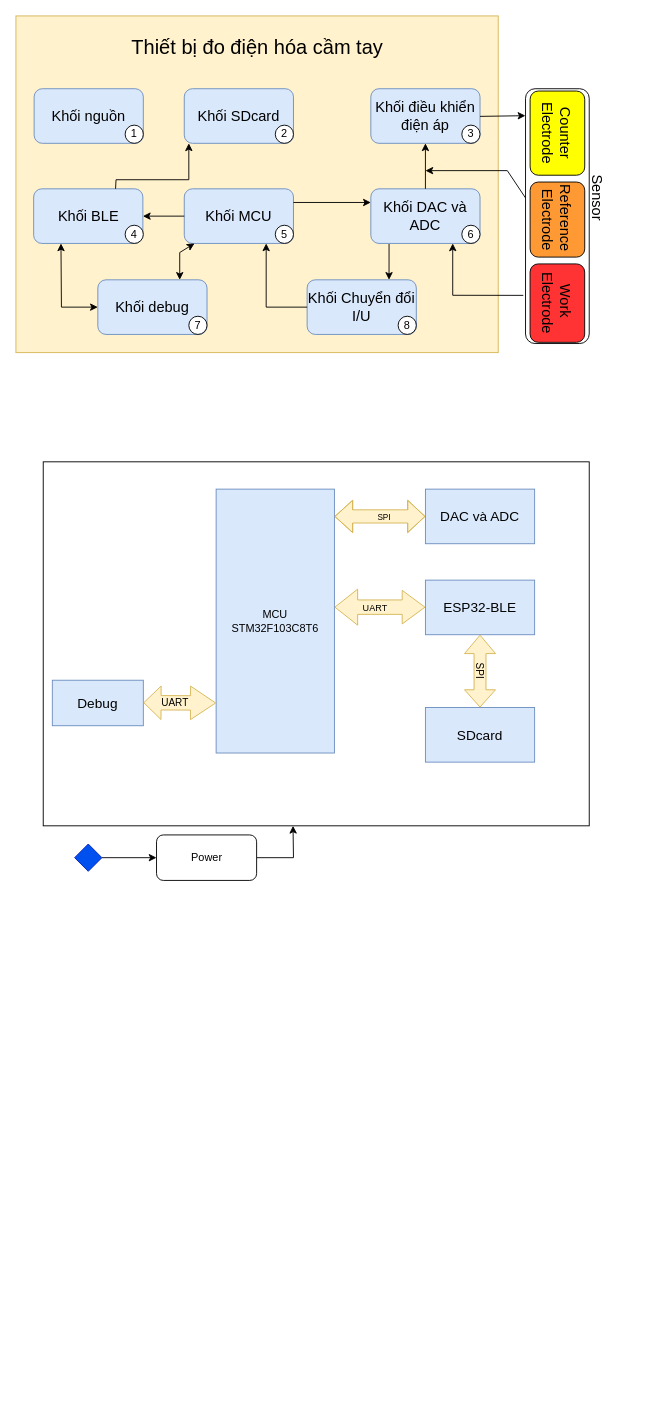
truongbui692002/DATN_20232 keeps this draw.io diagram as Sơ đồ thiết kế.drawio. Above is the earlier version. Source tidied: cells renumbered, new cells numbered last; positions are measured from the earlier drawing's top-left corner, leaving out a move shared by most shapes. Both pictures are drawn from the tidied source at 91%, with x=0, y=0 at pixel (15, 15).
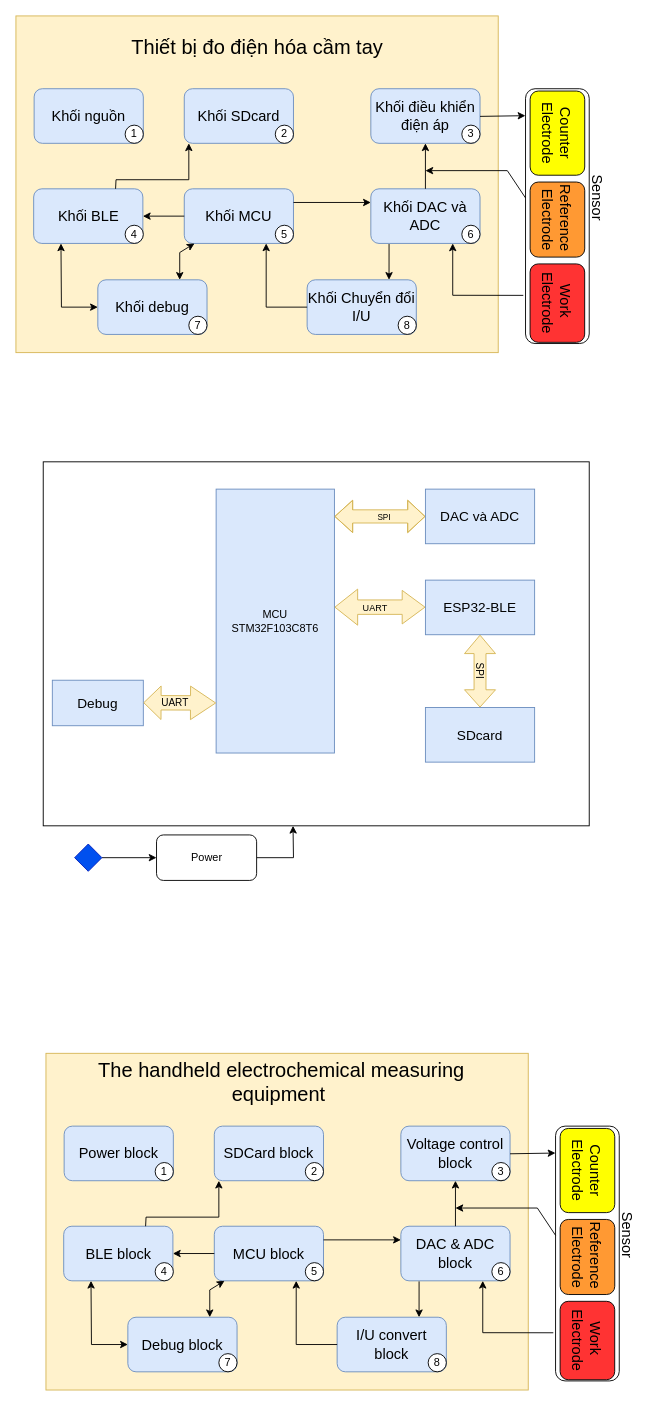
After the change.

Commit message:
Cập nhật Sơ đồ thiết kế.drawio

Change to the diagram source:
```diff
@@
+    <mxCell id="57" style="rounded=0;whiteSpace=wrap;html=1;fillColor=#fff2cc;strokeColor=#d6b656;" parent="1" vertex="1">
+      <mxGeometry x="33" y="1140" width="530" height="370" as="geometry" />
+    </mxCell>
+    <mxCell id="58" value="&lt;font style=&quot;font-size: 16px;&quot;&gt;Power block&lt;/font&gt;" style="rounded=1;whiteSpace=wrap;html=1;fillColor=#dae8fc;strokeColor=#6c8ebf;" parent="1" vertex="1">
+      <mxGeometry x="53" y="1220" width="120" height="60" as="geometry" />
+    </mxCell>
+    <mxCell id="59" value="&lt;font style=&quot;font-size: 16px;&quot;&gt;BLE block&lt;/font&gt;" style="rounded=1;whiteSpace=wrap;html=1;fillColor=#dae8fc;strokeColor=#6c8ebf;" parent="1" vertex="1">
+      <mxGeometry x="52.5" y="1330" width="120" height="60" as="geometry" />
+    </mxCell>
+    <mxCell id="60" value="&lt;font style=&quot;font-size: 16px;&quot;&gt;SDCard block&lt;/font&gt;" style="rounded=1;whiteSpace=wrap;html=1;fillColor=#dae8fc;strokeColor=#6c8ebf;" parent="1" vertex="1">
+      <mxGeometry x="218" y="1220" width="120" height="60" as="geometry" />
+    </mxCell>
+    <mxCell id="61" value="&lt;span style=&quot;font-size: 16px;&quot;&gt;I/U convert block&lt;/span&gt;" style="rounded=1;whiteSpace=wrap;html=1;fillColor=#dae8fc;strokeColor=#6c8ebf;" parent="1" vertex="1">
+      <mxGeometry x="353" y="1430" width="120" height="60" as="geometry" />
+    </mxCell>
+    <mxCell id="62" value="&lt;font style=&quot;font-size: 16px;&quot;&gt;MCU block&lt;/font&gt;" style="rounded=1;whiteSpace=wrap;html=1;fillColor=#dae8fc;strokeColor=#6c8ebf;" parent="1" vertex="1">
+      <mxGeometry x="218" y="1330" width="120" height="60" as="geometry" />
+    </mxCell>
+    <mxCell id="63" value="&lt;font style=&quot;font-size: 16px;&quot;&gt;DAC &amp;amp; ADC block&lt;/font&gt;" style="rounded=1;whiteSpace=wrap;html=1;fillColor=#dae8fc;strokeColor=#6c8ebf;" parent="1" vertex="1">
+      <mxGeometry x="423" y="1330" width="120" height="60" as="geometry" />
+    </mxCell>
+    <mxCell id="64" value="&lt;font style=&quot;font-size: 16px;&quot;&gt;Voltage control block&lt;/font&gt;" style="rounded=1;whiteSpace=wrap;html=1;fillColor=#dae8fc;strokeColor=#6c8ebf;" parent="1" vertex="1">
+      <mxGeometry x="423" y="1220" width="120" height="60" as="geometry" />
+    </mxCell>
+    <mxCell id="65" value="&lt;font style=&quot;font-size: 16px;&quot;&gt;Debug block&lt;/font&gt;" style="rounded=1;whiteSpace=wrap;html=1;fillColor=#dae8fc;strokeColor=#6c8ebf;" parent="1" vertex="1">
+      <mxGeometry x="123" y="1430" width="120" height="60" as="geometry" />
+    </mxCell>
+    <mxCell id="66" value="1" style="ellipse;whiteSpace=wrap;html=1;" parent="1" vertex="1">
+      <mxGeometry x="153" y="1260" width="20" height="20" as="geometry" />
+    </mxCell>
+    <mxCell id="67" value="2" style="ellipse;whiteSpace=wrap;html=1;" parent="1" vertex="1">
+      <mxGeometry x="318" y="1260" width="20" height="20" as="geometry" />
+    </mxCell>
+    <mxCell id="68" value="3" style="ellipse;whiteSpace=wrap;html=1;" parent="1" vertex="1">
+      <mxGeometry x="523" y="1260" width="20" height="20" as="geometry" />
+    </mxCell>
+    <mxCell id="69" value="4" style="ellipse;whiteSpace=wrap;html=1;" parent="1" vertex="1">
+      <mxGeometry x="153" y="1370" width="20" height="20" as="geometry" />
+    </mxCell>
+    <mxCell id="70" value="5" style="ellipse;whiteSpace=wrap;html=1;" parent="1" vertex="1">
+      <mxGeometry x="318" y="1370" width="20" height="20" as="geometry" />
+    </mxCell>
+    <mxCell id="71" value="6" style="ellipse;whiteSpace=wrap;html=1;" parent="1" vertex="1">
+      <mxGeometry x="523" y="1370" width="20" height="20" as="geometry" />
+    </mxCell>
+    <mxCell id="72" value="7" style="ellipse;whiteSpace=wrap;html=1;" parent="1" vertex="1">
+      <mxGeometry x="223" y="1470" width="20" height="20" as="geometry" />
+    </mxCell>
+    <mxCell id="73" value="8" style="ellipse;whiteSpace=wrap;html=1;" parent="1" vertex="1">
+      <mxGeometry x="453" y="1470" width="20" height="20" as="geometry" />
+    </mxCell>
+    <mxCell id="74" value="&lt;font face=&quot;Helvetica&quot; style=&quot;font-size: 22px;&quot;&gt;The handheld electrochemical measuring equipment&amp;nbsp;&lt;/font&gt;" style="text;html=1;align=center;verticalAlign=middle;whiteSpace=wrap;rounded=0;" parent="1" vertex="1">
+      <mxGeometry x="60" y="1153" width="464" height="37" as="geometry" />
+    </mxCell>
+    <mxCell id="75" style="rounded=1;whiteSpace=wrap;html=1;rotation=90;" parent="1" vertex="1">
+      <mxGeometry x="488" y="1325" width="280" height="70" as="geometry" />
+    </mxCell>
+    <mxCell id="76" value="&lt;font style=&quot;font-size: 16px;&quot;&gt;Sensor&lt;/font&gt;" style="text;html=1;align=center;verticalAlign=middle;whiteSpace=wrap;rounded=0;rotation=90;" parent="1" vertex="1">
+      <mxGeometry x="643" y="1325" width="60" height="30" as="geometry" />
+    </mxCell>
+    <mxCell id="77" style="endArrow=classic;html=1;rounded=0;entryX=1;entryY=0.5;entryDx=0;entryDy=0;exitX=0;exitY=0.5;exitDx=0;exitDy=0;" parent="1" edge="1" source="62" target="59">
+      <mxGeometry relative="1" as="geometry" />
+    </mxCell>
+    <mxCell id="78" style="endArrow=classic;html=1;rounded=0;exitX=0.75;exitY=0;exitDx=0;exitDy=0;entryX=0;entryY=1;entryDx=0;entryDy=0;" parent="1" edge="1" source="59">
+      <mxGeometry relative="1" as="geometry">
+        <mxPoint x="223" y="1280" as="targetPoint" />
+        <Array as="points">
+          <mxPoint x="143" y="1320" />
+          <mxPoint x="223" y="1320" />
+        </Array>
+      </mxGeometry>
+    </mxCell>
+    <mxCell id="79" style="endArrow=classic;html=1;rounded=0;exitX=1;exitY=0.25;exitDx=0;exitDy=0;entryX=0;entryY=0.25;entryDx=0;entryDy=0;" parent="1" edge="1" source="62" target="63">
+      <mxGeometry relative="1" as="geometry" />
+    </mxCell>
+    <mxCell id="80" style="endArrow=classic;html=1;rounded=0;entryX=0.5;entryY=1;entryDx=0;entryDy=0;exitX=0.5;exitY=0;exitDx=0;exitDy=0;" parent="1" edge="1" source="63" target="64">
+      <mxGeometry relative="1" as="geometry" />
+    </mxCell>
+    <mxCell id="81" style="rounded=1;whiteSpace=wrap;html=1;rotation=90;fillColor=#FFFF00;" parent="1" vertex="1">
+      <mxGeometry x="581.8" y="1238.8" width="92.5" height="60" as="geometry" />
+    </mxCell>
+    <mxCell id="82" style="rounded=1;whiteSpace=wrap;html=1;rotation=90;fillColor=#FF9933;" parent="1" vertex="1">
+      <mxGeometry x="586.8" y="1333.8" width="82.5" height="60" as="geometry" />
+    </mxCell>
+    <mxCell id="83" style="rounded=1;whiteSpace=wrap;html=1;rotation=90;fillColor=#FF3333;" parent="1" vertex="1">
+      <mxGeometry x="584.9" y="1425.6" width="86.2" height="60" as="geometry" />
+    </mxCell>
+    <mxCell id="84" value="&lt;font style=&quot;font-size: 16px;&quot;&gt;Counter Electrode&lt;/font&gt;" style="text;html=1;align=center;verticalAlign=middle;whiteSpace=wrap;rounded=0;rotation=90;" parent="1" vertex="1">
+      <mxGeometry x="594.2" y="1253.8" width="67.5" height="30" as="geometry" />
+    </mxCell>
+    <mxCell id="85" value="&lt;span style=&quot;font-size: 16px;&quot;&gt;Reference&amp;nbsp;&lt;/span&gt;&lt;div&gt;&lt;span style=&quot;font-size: 16px;&quot;&gt;Electrode&lt;/span&gt;&lt;/div&gt;" style="text;html=1;align=center;verticalAlign=middle;whiteSpace=wrap;rounded=0;rotation=90;" parent="1" vertex="1">
+      <mxGeometry x="590.7" y="1348.8" width="74.5" height="30" as="geometry" />
+    </mxCell>
+    <mxCell id="86" value="&lt;span style=&quot;font-size: 16px;&quot;&gt;Work&amp;nbsp;&lt;/span&gt;&lt;div&gt;&lt;span style=&quot;font-size: 16px;&quot;&gt;Electrode&lt;/span&gt;&lt;/div&gt;" style="text;html=1;align=center;verticalAlign=middle;whiteSpace=wrap;rounded=0;rotation=90;" parent="1" vertex="1">
+      <mxGeometry x="594.2" y="1440.6" width="67.5" height="30" as="geometry" />
+    </mxCell>
+    <mxCell id="87" style="endArrow=classic;html=1;rounded=0;entryX=0.123;entryY=1.002;entryDx=0;entryDy=0;entryPerimeter=0;exitX=1;exitY=0.5;exitDx=0;exitDy=0;" parent="1" edge="1">
+      <mxGeometry relative="1" as="geometry">
+        <mxPoint x="543" y="1250.4" as="sourcePoint" />
+        <mxPoint x="592.9" y="1249.6" as="targetPoint" />
+      </mxGeometry>
+    </mxCell>
+    <mxCell id="88" style="endArrow=classic;html=1;rounded=0;" parent="1" edge="1">
+      <mxGeometry relative="1" as="geometry">
+        <mxPoint x="593" y="1340" as="sourcePoint" />
+        <mxPoint x="483" y="1310" as="targetPoint" />
+        <Array as="points">
+          <mxPoint x="573" y="1310" />
+        </Array>
+      </mxGeometry>
+    </mxCell>
+    <mxCell id="89" style="endArrow=classic;html=1;rounded=0;entryX=0.75;entryY=1;entryDx=0;entryDy=0;exitX=0.811;exitY=1.035;exitDx=0;exitDy=0;exitPerimeter=0;" parent="1" edge="1" source="75" target="63">
+      <mxGeometry relative="1" as="geometry">
+        <Array as="points">
+          <mxPoint x="513" y="1447" />
+        </Array>
+      </mxGeometry>
+    </mxCell>
+    <mxCell id="90" style="endArrow=classic;html=1;rounded=0;entryX=0.75;entryY=0;entryDx=0;entryDy=0;exitX=0.167;exitY=1.011;exitDx=0;exitDy=0;exitPerimeter=0;" parent="1" edge="1" source="63" target="61">
+      <mxGeometry relative="1" as="geometry" />
+    </mxCell>
+    <mxCell id="91" style="endArrow=classic;html=1;rounded=0;exitX=0;exitY=0.5;exitDx=0;exitDy=0;entryX=0.75;entryY=1;entryDx=0;entryDy=0;" parent="1" edge="1" source="61" target="62">
+      <mxGeometry relative="1" as="geometry">
+        <Array as="points">
+          <mxPoint x="308" y="1460" />
+        </Array>
+      </mxGeometry>
+    </mxCell>
+    <mxCell id="92" style="endArrow=classic;startArrow=classic;html=1;rounded=0;exitX=0.75;exitY=0;exitDx=0;exitDy=0;" parent="1" edge="1" source="65" target="62">
+      <mxGeometry relative="1" as="geometry">
+        <Array as="points">
+          <mxPoint x="213" y="1400" />
+        </Array>
+      </mxGeometry>
+    </mxCell>
+    <mxCell id="93" style="endArrow=classic;startArrow=classic;html=1;rounded=0;exitX=0;exitY=0.5;exitDx=0;exitDy=0;entryX=0.25;entryY=1;entryDx=0;entryDy=0;" parent="1" edge="1" source="65" target="59">
+      <mxGeometry relative="1" as="geometry">
+        <Array as="points">
+          <mxPoint x="83" y="1460" />
+        </Array>
+      </mxGeometry>
+    </mxCell>
```
